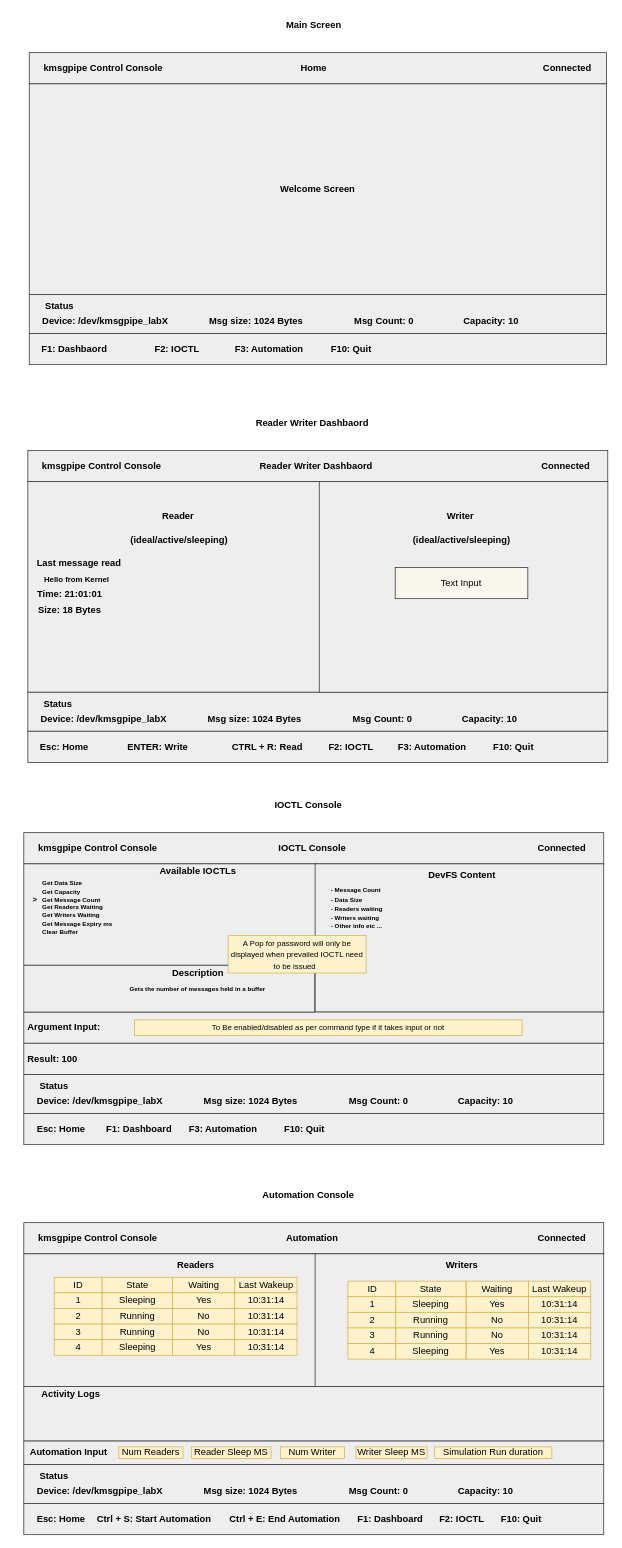
Above: kmsgpipe/kmsgctl/App-Design.drawio in dmohindru/ldd-coding (draw.io), before the change. Source tidied: cells renumbered, new cells numbered last; positions are measured from the earlier drawing's top-left corner, leaving out a move shared by most shapes. Both pictures are drawn from the tidied source at 78%, with x=0, y=0 at pixel (13, 13).
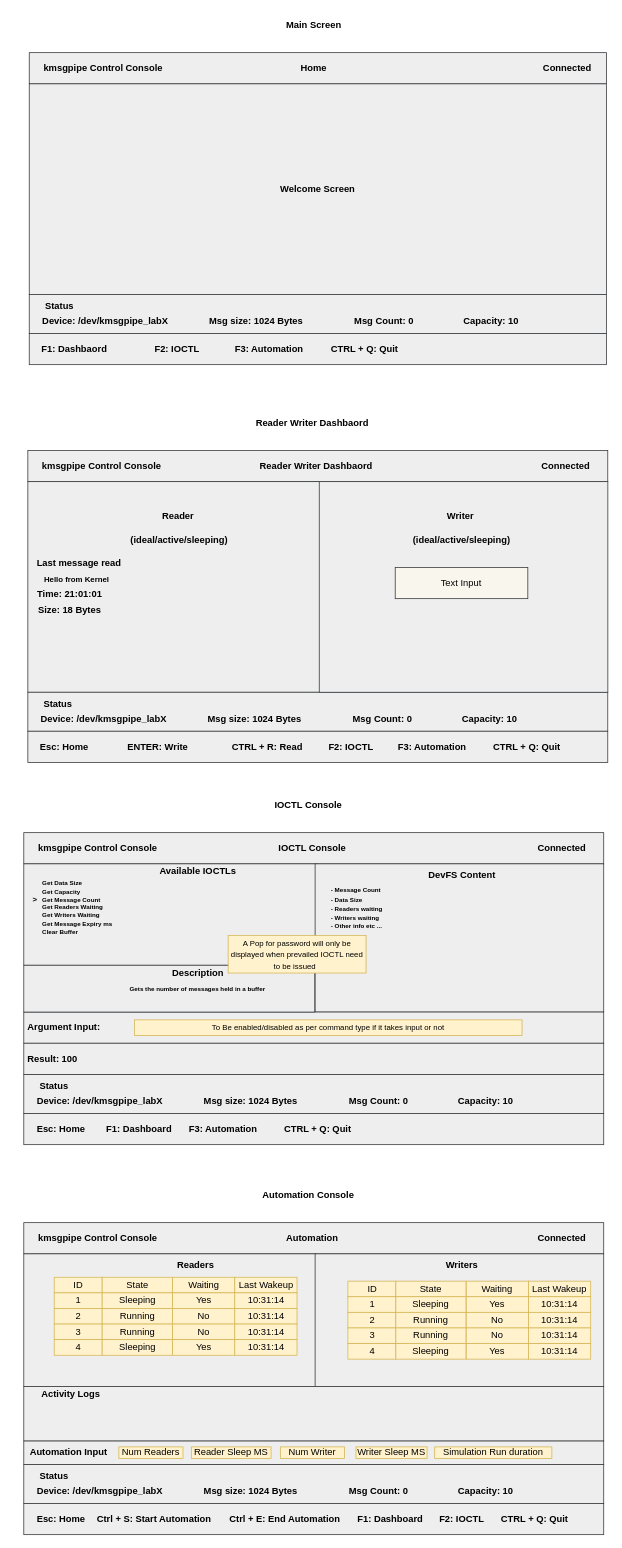
Above is the later version.

The change refers to these unchanged cells:
```xml
<mxCell id="2" style="group;" parent="1" vertex="1">
  <mxGeometry x="7" width="753" height="450" as="geometry" />
</mxCell>
<mxCell id="50" style="group;" parent="1" vertex="1">
  <mxGeometry y="1000" width="756.5" height="450" as="geometry" />
</mxCell>
<mxCell id="93" style="group;" parent="1" vertex="1">
  <mxGeometry y="1500" width="756.5" height="450" as="geometry" />
</mxCell>
```

What changed in the source:
```diff
@@
-    <mxCell id="19" value="F10: Quit" style="text;html=1;whiteSpace=wrap;strokeColor=none;fillColor=none;align=left;verticalAlign=middle;rounded=0;fontStyle=1;" parent="2" vertex="1">
-      <mxGeometry x="398" y="415" width="60" height="30" as="geometry" />
+    <mxCell id="19" value="CTRL + Q: Quit" style="text;html=1;whiteSpace=wrap;strokeColor=none;fillColor=none;align=left;verticalAlign=middle;rounded=0;fontStyle=1;" parent="2" vertex="1">
+      <mxGeometry x="398" y="415" width="92" height="30" as="geometry" />
     </mxCell>
@@
-    <mxCell id="37" value="F10: Quit" style="text;html=1;whiteSpace=wrap;strokeColor=none;fillColor=none;align=left;verticalAlign=middle;rounded=0;fontStyle=1;" parent="1" vertex="1">
-      <mxGeometry x="613.2" y="925" width="60" height="30" as="geometry" />
+    <mxCell id="37" value="CTRL + Q: Quit" style="text;html=1;whiteSpace=wrap;strokeColor=none;fillColor=none;align=left;verticalAlign=middle;rounded=0;fontStyle=1;" parent="1" vertex="1">
+      <mxGeometry x="613.2" y="925" width="91.8" height="30" as="geometry" />
     </mxCell>
@@
-    <mxCell id="90" value="F10: Quit" style="text;html=1;whiteSpace=wrap;strokeColor=none;fillColor=none;align=left;verticalAlign=middle;rounded=0;fontStyle=1;" parent="50" vertex="1">
-      <mxGeometry x="345" y="415" width="60" height="30" as="geometry" />
+    <mxCell id="90" value="CTRL + Q: Quit" style="text;html=1;whiteSpace=wrap;strokeColor=none;fillColor=none;align=left;verticalAlign=middle;rounded=0;fontStyle=1;" parent="50" vertex="1">
+      <mxGeometry x="345" y="415" width="105" height="30" as="geometry" />
     </mxCell>
@@
-    <mxCell id="112" value="F10: Quit" style="text;html=1;whiteSpace=wrap;strokeColor=none;fillColor=none;align=left;verticalAlign=middle;rounded=0;fontStyle=1;" parent="93" vertex="1">
-      <mxGeometry x="623.1" y="415" width="60" height="30" as="geometry" />
+    <mxCell id="112" value="CTRL + Q: Quit" style="text;html=1;whiteSpace=wrap;strokeColor=none;fillColor=none;align=left;verticalAlign=middle;rounded=0;fontStyle=1;" parent="93" vertex="1">
+      <mxGeometry x="623.1" y="415" width="96.9" height="30" as="geometry" />
     </mxCell>
```
